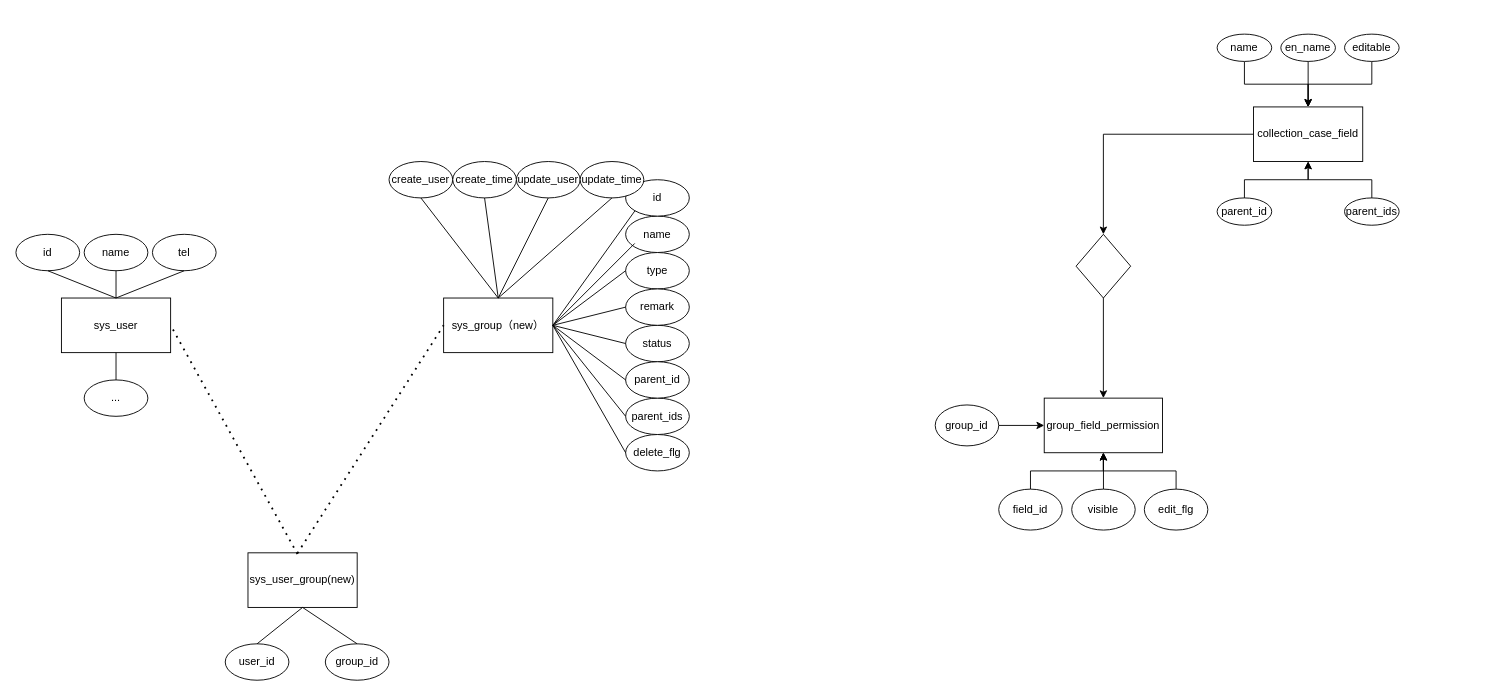
xiefei0525/bmw_er keeps this draw.io diagram as 未命名绘图.drawio. Above is the earlier version. Source tidied: cells renumbered, new cells numbered last; positions are measured from the earlier drawing's top-left corner, leaving out a move shared by most shapes. Both pictures are drawn from the tidied source at 91%, with x=0, y=0 at pixel (15, 34).
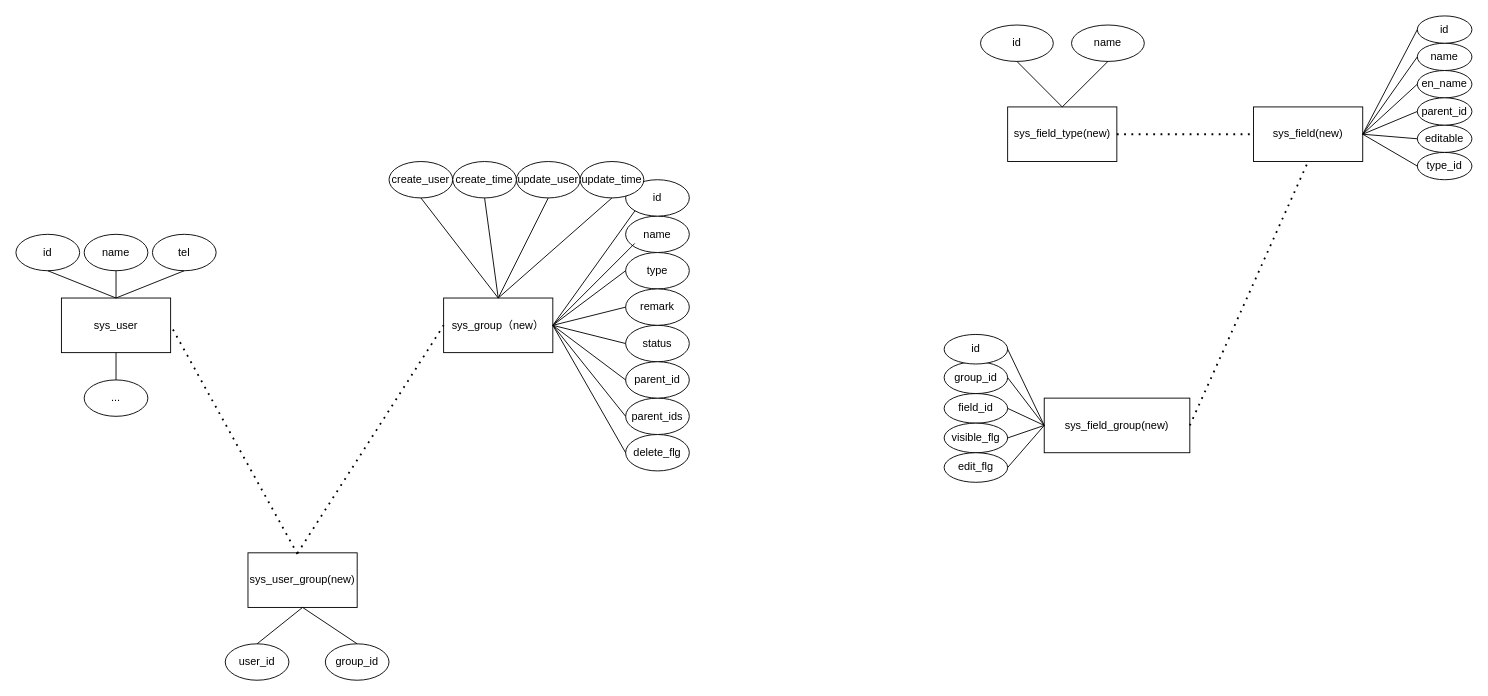
After the change.

Commit message:
用户组管理.drawio

Change to the diagram source:
```diff
@@
-    <mxCell id="14" style="edgeStyle=orthogonalEdgeStyle;rounded=0;jettySize=auto;html=1;exitX=0;exitY=0.5;exitDx=0;exitDy=0;" parent="1" edge="1" source="15" target="36">
-      <mxGeometry relative="1" as="geometry" />
-    </mxCell>
-    <mxCell id="15" value="collection_case_field" style="rounded=0;whiteSpace=wrap;html=1;" parent="1" vertex="1">
+    <mxCell id="15" value="sys_field(new)" style="rounded=0;whiteSpace=wrap;html=1;" parent="1" vertex="1">
       <mxGeometry x="1360" y="80" width="120" height="60" as="geometry" />
     </mxCell>
-    <mxCell id="16" style="edgeStyle=orthogonalEdgeStyle;rounded=0;jettySize=auto;html=1;exitX=0.5;exitY=1;exitDx=0;exitDy=0;entryX=0.5;entryY=0;entryDx=0;entryDy=0;" parent="1" edge="1" source="17" target="15">
-      <mxGeometry relative="1" as="geometry" />
-    </mxCell>
     <mxCell id="17" value="name" style="ellipse;whiteSpace=wrap;html=1;" parent="1" vertex="1">
-      <mxGeometry x="1320" width="60" height="30" as="geometry" />
+      <mxGeometry x="1540" y="10" width="60" height="30" as="geometry" />
     </mxCell>
-    <mxCell id="18" style="edgeStyle=orthogonalEdgeStyle;rounded=0;jettySize=auto;html=1;exitX=0.5;exitY=1;exitDx=0;exitDy=0;entryX=0.5;entryY=0;entryDx=0;entryDy=0;" parent="1" edge="1" source="19" target="15">
-      <mxGeometry relative="1" as="geometry" />
-    </mxCell>
     <mxCell id="19" value="editable" style="ellipse;whiteSpace=wrap;html=1;" parent="1" vertex="1">
-      <mxGeometry x="1460" width="60" height="30" as="geometry" />
+      <mxGeometry x="1540" y="100" width="60" height="30" as="geometry" />
     </mxCell>
-    <mxCell id="20" style="edgeStyle=orthogonalEdgeStyle;rounded=0;jettySize=auto;html=1;exitX=0.5;exitY=1;exitDx=0;exitDy=0;entryX=0.5;entryY=0;entryDx=0;entryDy=0;" parent="1" edge="1" source="21" target="15">
-      <mxGeometry relative="1" as="geometry" />
-    </mxCell>
     <mxCell id="21" value="en_name" style="ellipse;whiteSpace=wrap;html=1;" parent="1" vertex="1">
-      <mxGeometry x="1390" width="60" height="30" as="geometry" />
+      <mxGeometry x="1540" y="40" width="60" height="30" as="geometry" />
     </mxCell>
-    <mxCell id="22" value="group_field_permission" style="rounded=0;whiteSpace=wrap;html=1;" parent="1" vertex="1">
-      <mxGeometry x="1130" y="400" width="130" height="60" as="geometry" />
+    <mxCell id="22" value="sys_field_group(new)" style="rounded=0;whiteSpace=wrap;html=1;" parent="1" vertex="1">
+      <mxGeometry x="1130" y="400" width="160" height="60" as="geometry" />
     </mxCell>
-    <mxCell id="23" style="edgeStyle=orthogonalEdgeStyle;rounded=0;jettySize=auto;html=1;exitX=0.5;exitY=0;exitDx=0;exitDy=0;entryX=0.5;entryY=1;entryDx=0;entryDy=0;" parent="1" edge="1" source="24" target="22">
-      <mxGeometry relative="1" as="geometry" />
-    </mxCell>
-    <mxCell id="24" value="edit_flg" style="ellipse;whiteSpace=wrap;html=1;rotation=0;" parent="1" vertex="1">
-      <mxGeometry x="1240" y="500" width="69.8" height="45" as="geometry" />
-    </mxCell>
-    <mxCell id="25" style="edgeStyle=orthogonalEdgeStyle;rounded=0;jettySize=auto;html=1;exitX=0.5;exitY=0;exitDx=0;exitDy=0;entryX=0.5;entryY=1;entryDx=0;entryDy=0;" parent="1" edge="1" source="26" target="22">
-      <mxGeometry relative="1" as="geometry" />
-    </mxCell>
-    <mxCell id="26" value="visible" style="ellipse;whiteSpace=wrap;html=1;rotation=0;" parent="1" vertex="1">
-      <mxGeometry x="1160.2" y="500" width="69.8" height="45" as="geometry" />
-    </mxCell>
-    <mxCell id="27" style="edgeStyle=orthogonalEdgeStyle;rounded=0;jettySize=auto;html=1;exitX=0.5;exitY=0;exitDx=0;exitDy=0;entryX=0.5;entryY=1;entryDx=0;entryDy=0;" parent="1" edge="1" source="28" target="22">
-      <mxGeometry relative="1" as="geometry" />
-    </mxCell>
     <mxCell id="28" value="field_id" style="ellipse;whiteSpace=wrap;html=1;rotation=0;" parent="1" vertex="1">
-      <mxGeometry x="1080" y="500" width="69.8" height="45" as="geometry" />
+      <mxGeometry x="1020" y="395" width="69.8" height="32.5" as="geometry" />
     </mxCell>
-    <mxCell id="29" style="edgeStyle=orthogonalEdgeStyle;rounded=0;jettySize=auto;html=1;exitX=1;exitY=0.5;exitDx=0;exitDy=0;entryX=0;entryY=0.5;entryDx=0;entryDy=0;" parent="1" edge="1" source="30" target="22">
-      <mxGeometry relative="1" as="geometry" />
-    </mxCell>
     <mxCell id="30" value="group_id" style="ellipse;whiteSpace=wrap;html=1;rotation=0;" parent="1" vertex="1">
-      <mxGeometry x="1010.2" y="407.5" width="69.8" height="45" as="geometry" />
+      <mxGeometry x="1020" y="360" width="69.8" height="35" as="geometry" />
     </mxCell>
-    <mxCell id="31" style="edgeStyle=orthogonalEdgeStyle;rounded=0;jettySize=auto;html=1;exitX=0.5;exitY=0;exitDx=0;exitDy=0;entryX=0.5;entryY=1;entryDx=0;entryDy=0;" parent="1" edge="1" source="32" target="15">
-      <mxGeometry relative="1" as="geometry" />
-    </mxCell>
     <mxCell id="32" value="parent_id" style="ellipse;whiteSpace=wrap;html=1;" parent="1" vertex="1">
-      <mxGeometry x="1320" y="180" width="60" height="30" as="geometry" />
+      <mxGeometry x="1540" y="70" width="60" height="30" as="geometry" />
     </mxCell>
-    <mxCell id="33" style="edgeStyle=orthogonalEdgeStyle;rounded=0;jettySize=auto;html=1;exitX=0.5;exitY=0;exitDx=0;exitDy=0;entryX=0.5;entryY=1;entryDx=0;entryDy=0;" parent="1" edge="1" source="34" target="15">
-      <mxGeometry relative="1" as="geometry" />
-    </mxCell>
-    <mxCell id="34" value="parent_ids" style="ellipse;whiteSpace=wrap;html=1;" parent="1" vertex="1">
-      <mxGeometry x="1460" y="180" width="60" height="30" as="geometry" />
+    <mxCell id="34" value="id" style="ellipse;whiteSpace=wrap;html=1;" parent="1" vertex="1">
+      <mxGeometry x="1540" y="-20" width="60" height="30" as="geometry" />
     </mxCell>
-    <mxCell id="35" style="edgeStyle=orthogonalEdgeStyle;rounded=0;jettySize=auto;html=1;exitX=0.5;exitY=1;exitDx=0;exitDy=0;entryX=0.5;entryY=0;entryDx=0;entryDy=0;" parent="1" edge="1" source="36" target="22">
-      <mxGeometry relative="1" as="geometry" />
-    </mxCell>
-    <mxCell id="36" style="rhombus;whiteSpace=wrap;html=1;" parent="1" vertex="1">
-      <mxGeometry x="1165" y="220" width="60" height="70" as="geometry" />
-    </mxCell>
@@
+    <mxCell id="66" value="sys_field_type(new)" style="rounded=0;whiteSpace=wrap;html=1;" parent="1" vertex="1">
+      <mxGeometry x="1089.8" y="80" width="120" height="60" as="geometry" />
+    </mxCell>
+    <mxCell id="67" value="id" style="ellipse;whiteSpace=wrap;html=1;" parent="1" vertex="1">
+      <mxGeometry x="1060" y="-10" width="80" height="40" as="geometry" />
+    </mxCell>
+    <mxCell id="68" value="name" style="ellipse;whiteSpace=wrap;html=1;" parent="1" vertex="1">
+      <mxGeometry x="1160" y="-10" width="80" height="40" as="geometry" />
+    </mxCell>
+    <mxCell id="69" value="type_id" style="ellipse;whiteSpace=wrap;html=1;" parent="1" vertex="1">
+      <mxGeometry x="1540" y="130" width="60" height="30" as="geometry" />
+    </mxCell>
+    <mxCell id="70" style="endArrow=none;html=1;rounded=0;entryX=0.5;entryY=1;entryDx=0;entryDy=0;exitX=0.5;exitY=0;exitDx=0;exitDy=0;" parent="1" edge="1" source="66" target="68">
+      <mxGeometry relative="1" as="geometry" />
+    </mxCell>
+    <mxCell id="71" style="endArrow=none;html=1;rounded=0;entryX=0.5;entryY=1;entryDx=0;entryDy=0;exitX=0.5;exitY=0;exitDx=0;exitDy=0;" parent="1" edge="1" source="66" target="67">
+      <mxGeometry relative="1" as="geometry" />
+    </mxCell>
+    <mxCell id="72" style="endArrow=none;html=1;rounded=0;entryX=0;entryY=0.5;entryDx=0;entryDy=0;exitX=1;exitY=0.5;exitDx=0;exitDy=0;" parent="1" edge="1" source="15" target="17">
+      <mxGeometry relative="1" as="geometry" />
+    </mxCell>
+    <mxCell id="73" style="endArrow=none;html=1;rounded=0;entryX=0;entryY=0.5;entryDx=0;entryDy=0;exitX=1;exitY=0.5;exitDx=0;exitDy=0;" parent="1" edge="1" source="15" target="34">
+      <mxGeometry relative="1" as="geometry" />
+    </mxCell>
+    <mxCell id="74" style="endArrow=none;html=1;rounded=0;entryX=0;entryY=0.5;entryDx=0;entryDy=0;" parent="1" edge="1" target="21">
+      <mxGeometry relative="1" as="geometry">
+        <mxPoint x="1480" y="110" as="sourcePoint" />
+      </mxGeometry>
+    </mxCell>
+    <mxCell id="75" style="endArrow=none;html=1;rounded=0;entryX=0;entryY=0.5;entryDx=0;entryDy=0;" parent="1" edge="1" target="32">
+      <mxGeometry relative="1" as="geometry">
+        <mxPoint x="1480" y="110" as="sourcePoint" />
+      </mxGeometry>
+    </mxCell>
+    <mxCell id="76" style="endArrow=none;html=1;rounded=0;entryX=0;entryY=0.5;entryDx=0;entryDy=0;exitX=1;exitY=0.5;exitDx=0;exitDy=0;" parent="1" edge="1" source="15" target="19">
+      <mxGeometry relative="1" as="geometry" />
+    </mxCell>
+    <mxCell id="77" style="endArrow=none;html=1;rounded=0;entryX=0;entryY=0.5;entryDx=0;entryDy=0;exitX=1;exitY=0.5;exitDx=0;exitDy=0;" parent="1" edge="1" source="15" target="69">
+      <mxGeometry relative="1" as="geometry" />
+    </mxCell>
+    <mxCell id="78" value="id" style="ellipse;whiteSpace=wrap;html=1;rotation=0;" parent="1" vertex="1">
+      <mxGeometry x="1020" y="330" width="69.8" height="32.5" as="geometry" />
+    </mxCell>
+    <mxCell id="79" value="visible_flg" style="ellipse;whiteSpace=wrap;html=1;rotation=0;" parent="1" vertex="1">
+      <mxGeometry x="1020" y="427.5" width="69.8" height="32.5" as="geometry" />
+    </mxCell>
+    <mxCell id="80" style="endArrow=none;dashed=1;html=1;dashPattern=1 3;strokeWidth=2;rounded=0;entryX=0.5;entryY=1;entryDx=0;entryDy=0;exitX=1;exitY=0.5;exitDx=0;exitDy=0;" parent="1" edge="1" source="22" target="15">
+      <mxGeometry relative="1" as="geometry" />
+    </mxCell>
+    <mxCell id="81" style="endArrow=none;dashed=1;html=1;dashPattern=1 3;strokeWidth=2;rounded=0;entryX=0;entryY=0.5;entryDx=0;entryDy=0;exitX=1;exitY=0.5;exitDx=0;exitDy=0;" parent="1" edge="1" source="66" target="15">
+      <mxGeometry relative="1" as="geometry" />
+    </mxCell>
+    <mxCell id="27" style="endArrow=none;html=1;rounded=0;entryX=0;entryY=0.5;entryDx=0;entryDy=0;exitX=1;exitY=0.5;exitDx=0;exitDy=0;" parent="1" edge="1" source="28" target="22">
+      <mxGeometry relative="1" as="geometry" />
+    </mxCell>
+    <mxCell id="29" style="endArrow=none;html=1;rounded=0;entryX=0;entryY=0.5;entryDx=0;entryDy=0;exitX=1;exitY=0.5;exitDx=0;exitDy=0;" parent="1" edge="1" source="30" target="22">
+      <mxGeometry relative="1" as="geometry" />
+    </mxCell>
+    <mxCell id="82" style="endArrow=none;html=1;rounded=0;entryX=0;entryY=0.5;entryDx=0;entryDy=0;exitX=1;exitY=0.5;exitDx=0;exitDy=0;" parent="1" edge="1" source="78" target="22">
+      <mxGeometry relative="1" as="geometry" />
+    </mxCell>
+    <mxCell id="83" style="endArrow=none;html=1;rounded=0;entryX=0;entryY=0.5;entryDx=0;entryDy=0;exitX=1;exitY=0.5;exitDx=0;exitDy=0;" parent="1" edge="1" source="79" target="22">
+      <mxGeometry relative="1" as="geometry" />
+    </mxCell>
+    <mxCell id="24" value="edit_flg" style="ellipse;whiteSpace=wrap;html=1;rotation=0;" parent="1" vertex="1">
+      <mxGeometry x="1020" y="460" width="69.8" height="32.5" as="geometry" />
+    </mxCell>
+    <mxCell id="23" style="endArrow=none;html=1;rounded=0;entryX=0;entryY=0.5;entryDx=0;entryDy=0;exitX=1;exitY=0.5;exitDx=0;exitDy=0;" parent="1" edge="1" source="24" target="22">
+      <mxGeometry relative="1" as="geometry" />
+    </mxCell>
```
